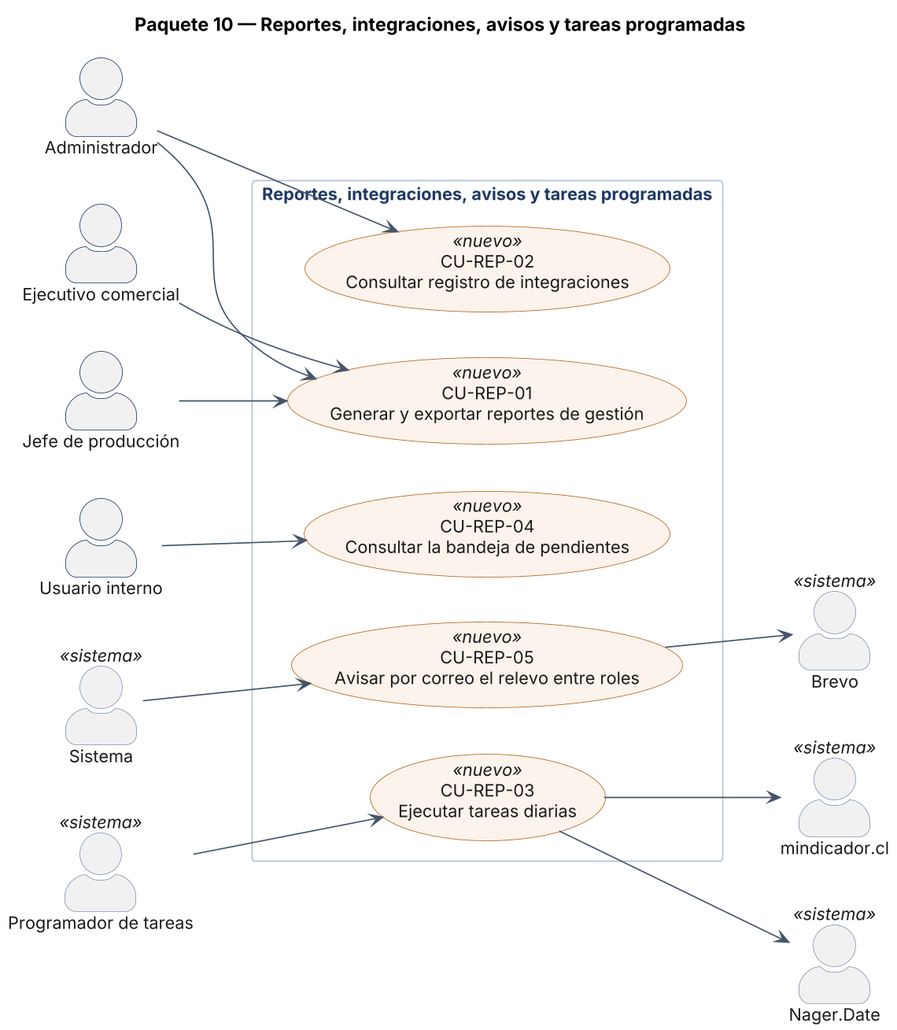
This is Fase 2/Evidencias Proyecto/Evidencias de documentación/3. Análisis y diseño/SITRAFO_Diagramas_Casos_de_Uso/Diagramas de casos de uso/CU_P10_REP.png from benjamindelgado-dev/SITRAFO, a PlantUML export, as it was before one commit.
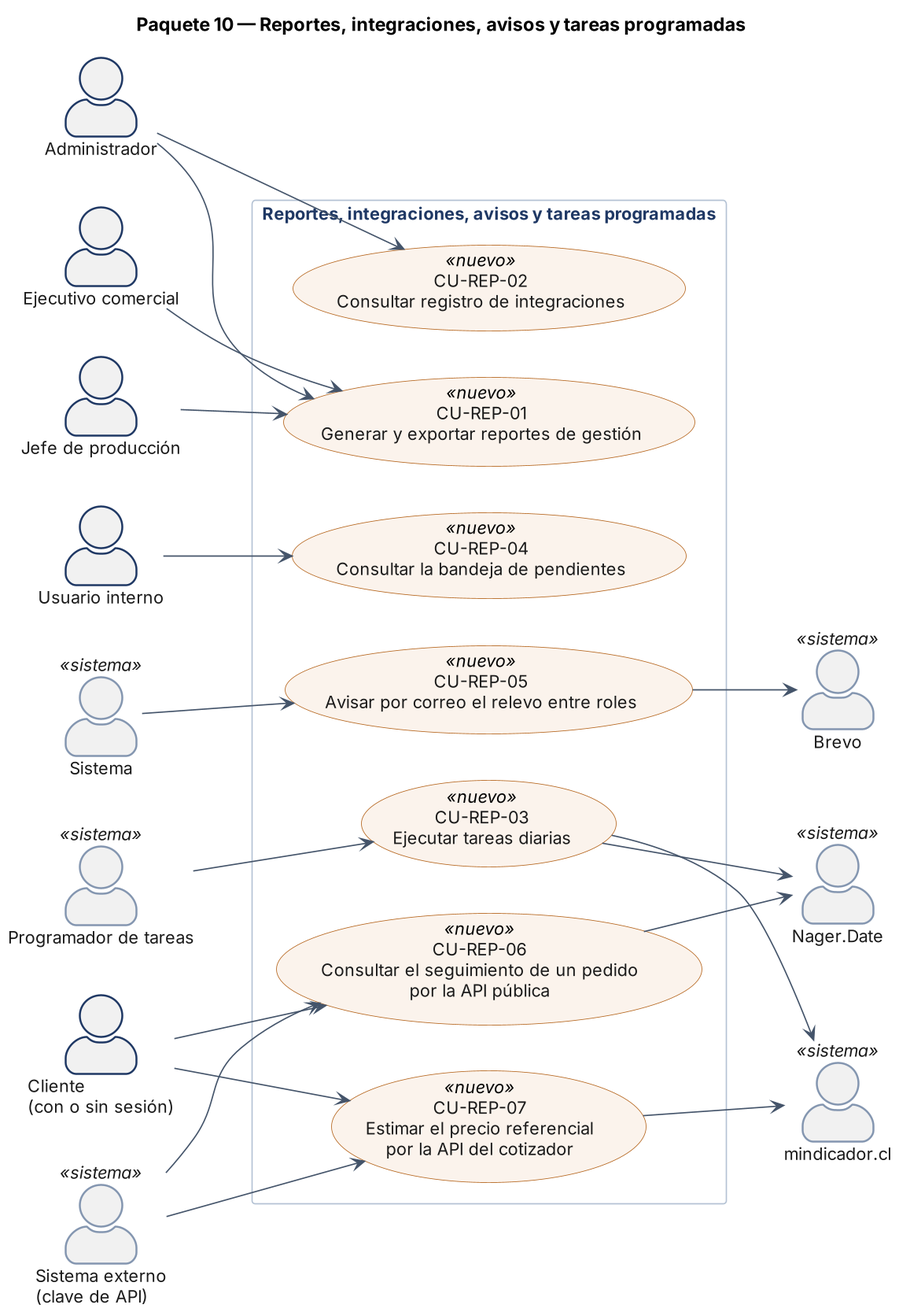
After the commit.

Change to the diagram source:
```diff
@@ -10,12 +10,16 @@
 actor "Programador de tareas" as CRON <<sistema>>
 actor "mindicador.cl" as UF <<sistema>>
 actor "Nager.Date" as FER <<sistema>>
+actor "Cliente\n(con o sin sesión)" as CLI
+actor "Sistema externo\n(clave de API)" as EXT <<sistema>>
 rectangle "Reportes, integraciones, avisos y tareas programadas" {
   usecase "CU-REP-01\nGenerar y exportar reportes de gestión" as CU_REP_01 <<nuevo>>
   usecase "CU-REP-02\nConsultar registro de integraciones" as CU_REP_02 <<nuevo>>
   usecase "CU-REP-03\nEjecutar tareas diarias" as CU_REP_03 <<nuevo>>
   usecase "CU-REP-04\nConsultar la bandeja de pendientes" as CU_REP_04 <<nuevo>>
   usecase "CU-REP-05\nAvisar por correo el relevo entre roles" as CU_REP_05 <<nuevo>>
+  usecase "CU-REP-06\nConsultar el seguimiento de un pedido\npor la API pública" as CU_REP_06 <<nuevo>>
+  usecase "CU-REP-07\nEstimar el precio referencial\npor la API del cotizador" as CU_REP_07 <<nuevo>>
 }
 ADM --> CU_REP_01
 EJE --> CU_REP_01
@@ -27,4 +31,10 @@
 UI --> CU_REP_04
 SIS --> CU_REP_05
 CU_REP_05 --> MAIL
+CLI --> CU_REP_06
+EXT --> CU_REP_06
+CLI --> CU_REP_07
+EXT --> CU_REP_07
+CU_REP_06 --> FER
+CU_REP_07 --> UF
 @enduml
```
